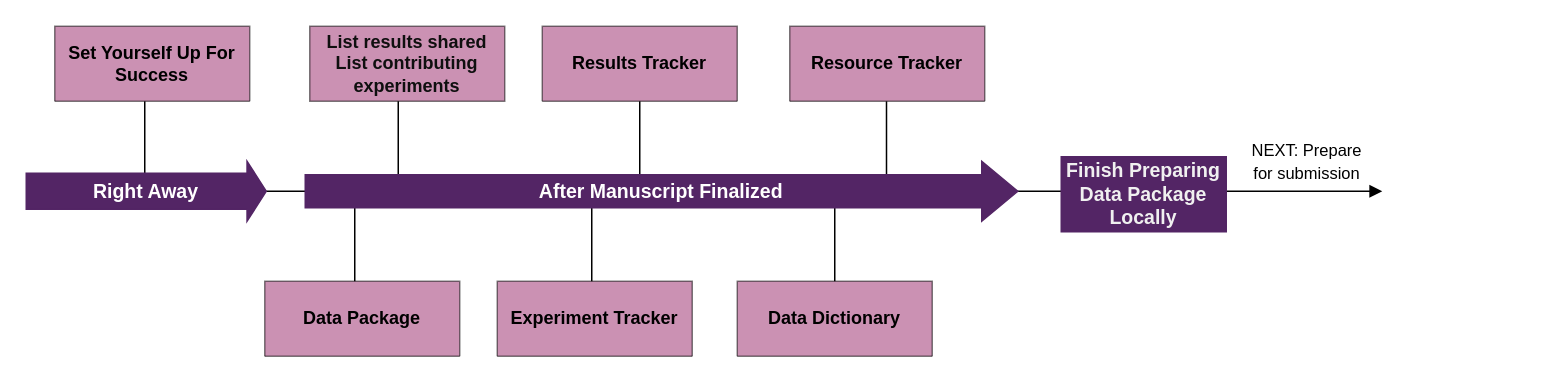
The draw.io diagram docs/fit/best-fit-recs/assets/late-res-stand.drawio in norc-heal/heal-data-pkg-guide, before the edit. Source tidied: cells renumbered, new cells numbered last; positions are measured from the earlier drawing's top-left corner, leaving out a move shared by most shapes. Both pictures are drawn from the tidied source at 150%, with x=0, y=0 at pixel (26, 26).
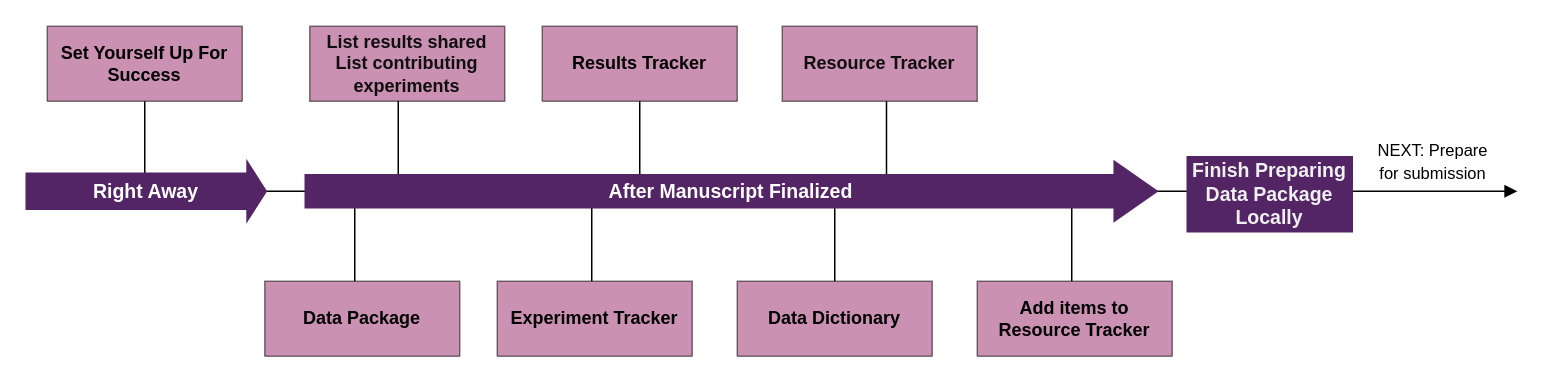
The same page after the edit.

The edit, as a diff of the source:
```diff
@@
+    <mxCell id="21" style="endArrow=none;html=1;fontColor=#0F0F0F;rounded=0;" parent="1" edge="1">
+      <mxGeometry relative="1" as="geometry">
+        <mxPoint x="697" y="110" as="sourcePoint" />
+        <mxPoint x="697" y="170" as="targetPoint" />
+      </mxGeometry>
+    </mxCell>
     <mxCell id="2" value="&lt;font style=&quot;font-size: 11px;&quot;&gt;NEXT: Prepare for submission&lt;/font&gt;" style="rounded=0;whiteSpace=wrap;html=1;strokeColor=none;" parent="1" vertex="1">
-      <mxGeometry x="814" y="70" width="80" height="40" as="geometry" />
+      <mxGeometry x="898" y="70" width="80" height="40" as="geometry" />
     </mxCell>
     <mxCell id="3" style="endArrow=block;html=1;rounded=0;endFill=1;startArrow=none;" parent="1" edge="1">
       <mxGeometry relative="1" as="geometry">
         <mxPoint x="14" y="110" as="sourcePoint" />
-        <mxPoint x="904" y="110" as="targetPoint" />
+        <mxPoint x="994" y="110" as="targetPoint" />
       </mxGeometry>
     </mxCell>
     <mxCell id="4" value="Finish Preparing Data Package Locally" style="rounded=0;whiteSpace=wrap;html=1;fillColor=#532565;fontColor=#F0F0F0;fontStyle=1;glass=0;fontSize=13;strokeColor=#532565;" parent="1" vertex="1">
-      <mxGeometry x="690" y="87" width="110" height="50" as="geometry" />
+      <mxGeometry x="774" y="87" width="110" height="50" as="geometry" />
     </mxCell>
@@
-    <mxCell id="13" value="&lt;b&gt;Results Tracker&lt;/b&gt;" style="swimlane;fontStyle=0;horizontal=1;startSize=50;whiteSpace=wrap;html=1;rounded=0;shadow=0;glass=0;fillColor=#982568;gradientColor=none;gradientDirection=radial;opacity=50;" parent="1" vertex="1" collapsed="1">
-      <mxGeometry x="344" width="130" height="50" as="geometry" />
-    </mxCell>
@@
+    <mxCell id="18" value="&lt;font color=&quot;#ffffff&quot; style=&quot;font-size: 13px;&quot;&gt;&lt;b style=&quot;font-size: 13px;&quot;&gt;After Manuscript Finalized&lt;/b&gt;&lt;/font&gt;" style="shape=singleArrow;whiteSpace=wrap;html=1;arrowWidth=0.55;arrowSize=0.05052631578947368;fillColor=#532565;strokeColor=#532565;fontSize=13;labelBorderColor=none;" parent="1" vertex="1">
+      <mxGeometry x="186" y="90" width="568" height="40" as="geometry" />
+    </mxCell>
+    <mxCell id="20" value="&lt;b&gt;Experiment Tracker&lt;/b&gt;" style="swimlane;fontStyle=0;horizontal=1;startSize=50;whiteSpace=wrap;html=1;rounded=0;shadow=0;glass=0;fillColor=#982568;gradientColor=none;gradientDirection=radial;opacity=50;" parent="1" vertex="1" collapsed="1">
+      <mxGeometry x="314" y="170" width="130" height="50" as="geometry" />
+    </mxCell>
+    <mxCell id="13" value="&lt;b&gt;Results Tracker&lt;/b&gt;" style="swimlane;fontStyle=0;horizontal=1;startSize=50;whiteSpace=wrap;html=1;rounded=0;shadow=0;glass=0;fillColor=#982568;gradientColor=none;gradientDirection=radial;opacity=50;" parent="1" vertex="1" collapsed="1">
+      <mxGeometry x="344" width="130" height="50" as="geometry" />
+    </mxCell>
     <mxCell id="17" value="&lt;b&gt;Set Yourself Up For Success&lt;/b&gt;" style="swimlane;fontStyle=0;horizontal=1;startSize=50;whiteSpace=wrap;html=1;rounded=0;shadow=0;glass=0;fillColor=#982568;gradientColor=none;gradientDirection=radial;opacity=50;" parent="1" vertex="1" collapsed="1">
-      <mxGeometry x="19" width="130" height="50" as="geometry" />
+      <mxGeometry x="14" width="130" height="50" as="geometry" />
     </mxCell>
-    <mxCell id="18" value="&lt;font color=&quot;#ffffff&quot; style=&quot;font-size: 13px;&quot;&gt;&lt;b style=&quot;font-size: 13px;&quot;&gt;After Manuscript Finalized&lt;/b&gt;&lt;/font&gt;" style="shape=singleArrow;whiteSpace=wrap;html=1;arrowWidth=0.55;arrowSize=0.05052631578947368;fillColor=#532565;strokeColor=#532565;fontSize=13;labelBorderColor=none;" parent="1" vertex="1">
-      <mxGeometry x="186" y="90" width="475" height="40" as="geometry" />
-    </mxCell>
+    <mxCell id="22" value="Resource Tracker" style="rounded=0;whiteSpace=wrap;html=1;fillColor=#982568;fontColor=#0F0F0F;fontStyle=1;opacity=50;" parent="1" vertex="1">
+      <mxGeometry x="504" width="130" height="50" as="geometry" />
+    </mxCell>
-    <mxCell id="19" value="&lt;b&gt;Resource Tracker&lt;/b&gt;" style="swimlane;fontStyle=0;horizontal=1;startSize=50;whiteSpace=wrap;html=1;rounded=0;shadow=0;glass=0;fillColor=#982568;gradientColor=none;gradientDirection=radial;opacity=50;swimlaneLine=1;" parent="1" vertex="1" collapsed="1">
-      <mxGeometry x="509" width="130" height="50" as="geometry" />
+    <mxCell id="19" value="&lt;b&gt;Add items to Resource Tracker&lt;/b&gt;" style="swimlane;fontStyle=0;horizontal=1;startSize=50;whiteSpace=wrap;html=1;rounded=0;shadow=0;glass=0;fillColor=#982568;gradientColor=none;gradientDirection=radial;opacity=50;swimlaneLine=1;" parent="1" vertex="1" collapsed="1">
+      <mxGeometry x="634" y="170" width="130" height="50" as="geometry" />
     </mxCell>
-    <mxCell id="20" value="&lt;b&gt;Experiment Tracker&lt;/b&gt;" style="swimlane;fontStyle=0;horizontal=1;startSize=50;whiteSpace=wrap;html=1;rounded=0;shadow=0;glass=0;fillColor=#982568;gradientColor=none;gradientDirection=radial;opacity=50;" parent="1" vertex="1" collapsed="1">
-      <mxGeometry x="314" y="170" width="130" height="50" as="geometry" />
-    </mxCell>
```
